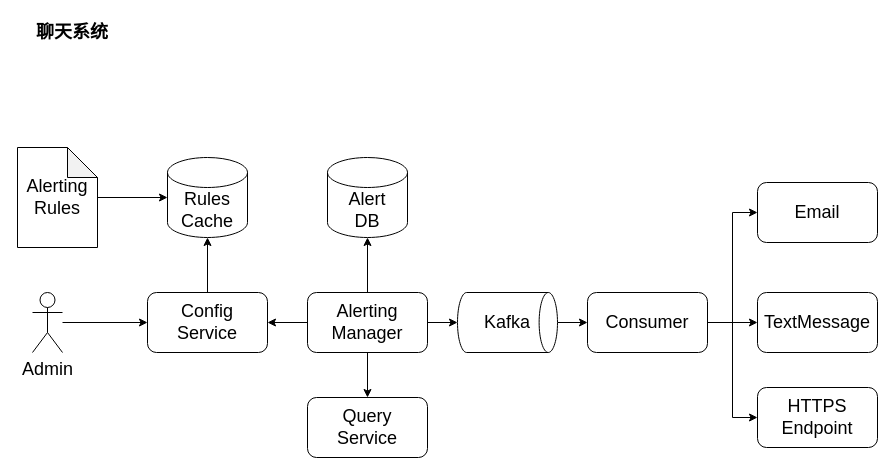
The draw.io diagram 未命名绘图.drawio in HinsonM/design_graph, before the edit. Source tidied: cells renumbered, new cells numbered last; positions are measured from the earlier drawing's top-left corner, leaving out a move shared by most shapes. Both pictures are drawn from the tidied source at 100%, with x=0, y=0 at pixel (17, 17).
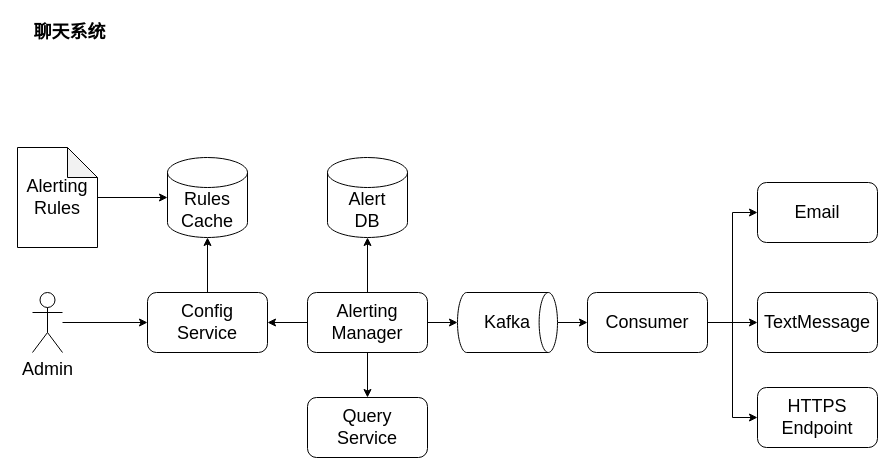
Above is the later version.

Change to the diagram source:
```diff
@@
-    <mxCell id="25" value="聊天系统" style="text;html=1;strokeColor=none;fillColor=none;align=center;verticalAlign=middle;whiteSpace=wrap;rounded=0;fontStyle=1;fontSize=18;" parent="1" vertex="1">
+    <mxCell id="25" value="聊天系统&amp;nbsp;" style="text;html=1;strokeColor=none;fillColor=none;align=center;verticalAlign=middle;whiteSpace=wrap;rounded=0;fontStyle=1;fontSize=18;" parent="1" vertex="1">
       <mxGeometry width="110" height="30" as="geometry" />
     </mxCell>
```
